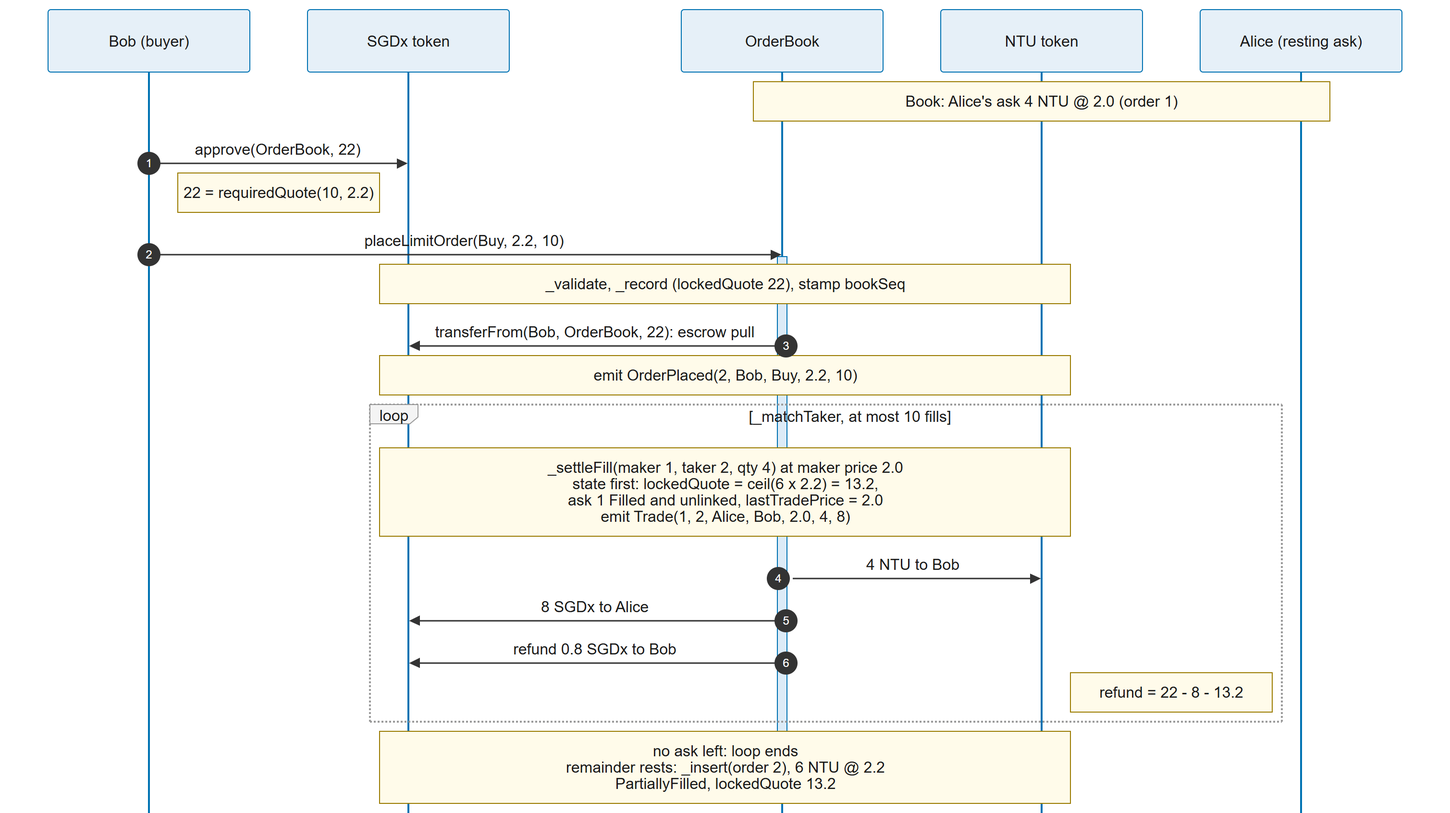
The Mermaid diagram docs/report/diagrams/05-partial-fill-sequence.png in Nitecry7/SC4053-BlockChain-Project, before a commit. Its source is kept beside it as docs/report/diagrams/05-partial-fill-sequence.mmd.
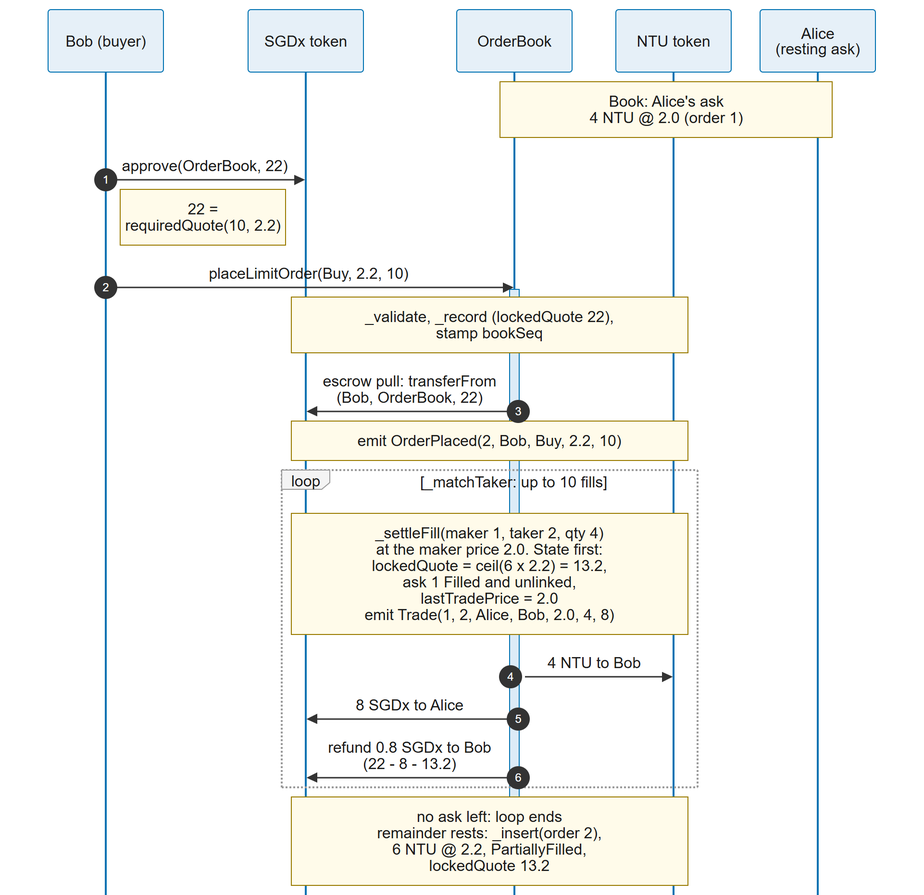
The same file after the commit.

Diff of the diagram source:
```diff
@@ -2,8 +2,8 @@
 config:
   sequence:
     wrap: false
-    width: 210
-    actorMargin: 60
+    width: 120
+    actorMargin: 30
     noteMargin: 12
 ---
 sequenceDiagram
@@ -12,22 +12,21 @@
   participant Q as SGDx token
   participant OB as OrderBook
   participant N as NTU token
-  participant Alice as Alice (resting ask)
+  participant Alice as Alice<br/>(resting ask)
 
-  Note over OB,Alice: Book: Alice's ask 4 NTU @ 2.0 (order 1)
+  Note over OB,Alice: Book: Alice's ask<br/>4 NTU @ 2.0 (order 1)
   Bob->>Q: approve(OrderBook, 22)
-  Note right of Bob: 22 = requiredQuote(10, 2.2)
+  Note right of Bob: 22 =<br/>requiredQuote(10, 2.2)
   Bob->>OB: placeLimitOrder(Buy, 2.2, 10)
   activate OB
-  Note over Q,N: _validate, _record (lockedQuote 22), stamp bookSeq
-  OB->>Q: transferFrom(Bob, OrderBook, 22): escrow pull
+  Note over Q,N: _validate, _record (lockedQuote 22),<br/>stamp bookSeq
+  OB->>Q: escrow pull: transferFrom<br/>(Bob, OrderBook, 22)
   Note over Q,N: emit OrderPlaced(2, Bob, Buy, 2.2, 10)
-  loop _matchTaker, at most 10 fills
-    Note over Q,N: _settleFill(maker 1, taker 2, qty 4) at maker price 2.0<br/>state first: lockedQuote = ceil(6 x 2.2) = 13.2,<br/>ask 1 Filled and unlinked, lastTradePrice = 2.0<br/>emit Trade(1, 2, Alice, Bob, 2.0, 4, 8)
+  loop _matchTaker: up to 10 fills
+    Note over Q,N: _settleFill(maker 1, taker 2, qty 4)<br/>at the maker price 2.0. State first:<br/>lockedQuote = ceil(6 x 2.2) = 13.2,<br/>ask 1 Filled and unlinked,<br/>lastTradePrice = 2.0<br/>emit Trade(1, 2, Alice, Bob, 2.0, 4, 8)
     OB->>N: 4 NTU to Bob
     OB->>Q: 8 SGDx to Alice
-    OB->>Q: refund 0.8 SGDx to Bob
-    Note right of N: refund = 22 - 8 - 13.2
+    OB->>Q: refund 0.8 SGDx to Bob<br/>(22 - 8 - 13.2)
   end
-  Note over Q,N: no ask left: loop ends<br/>remainder rests: _insert(order 2), 6 NTU @ 2.2<br/>PartiallyFilled, lockedQuote 13.2
+  Note over Q,N: no ask left: loop ends<br/>remainder rests: _insert(order 2),<br/>6 NTU @ 2.2, PartiallyFilled,<br/>lockedQuote 13.2
   deactivate OB
```
